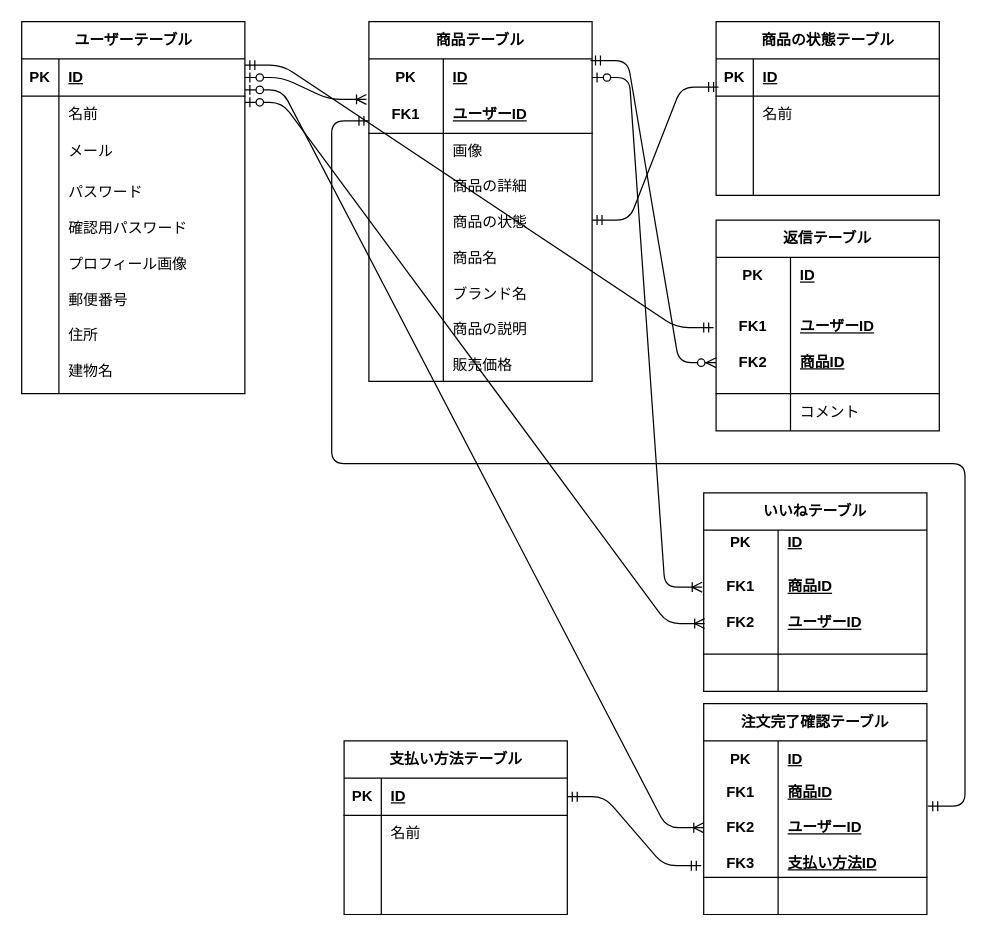
Before: er-diagram.drawio in casanova1502/beginner-simulation-case, a draw.io diagram. Source tidied: cells renumbered, new cells numbered last; positions are measured from the earlier drawing's top-left corner, leaving out a move shared by most shapes. Both pictures are drawn from the tidied source at 124%, with x=0, y=0 at pixel (-177, 21).
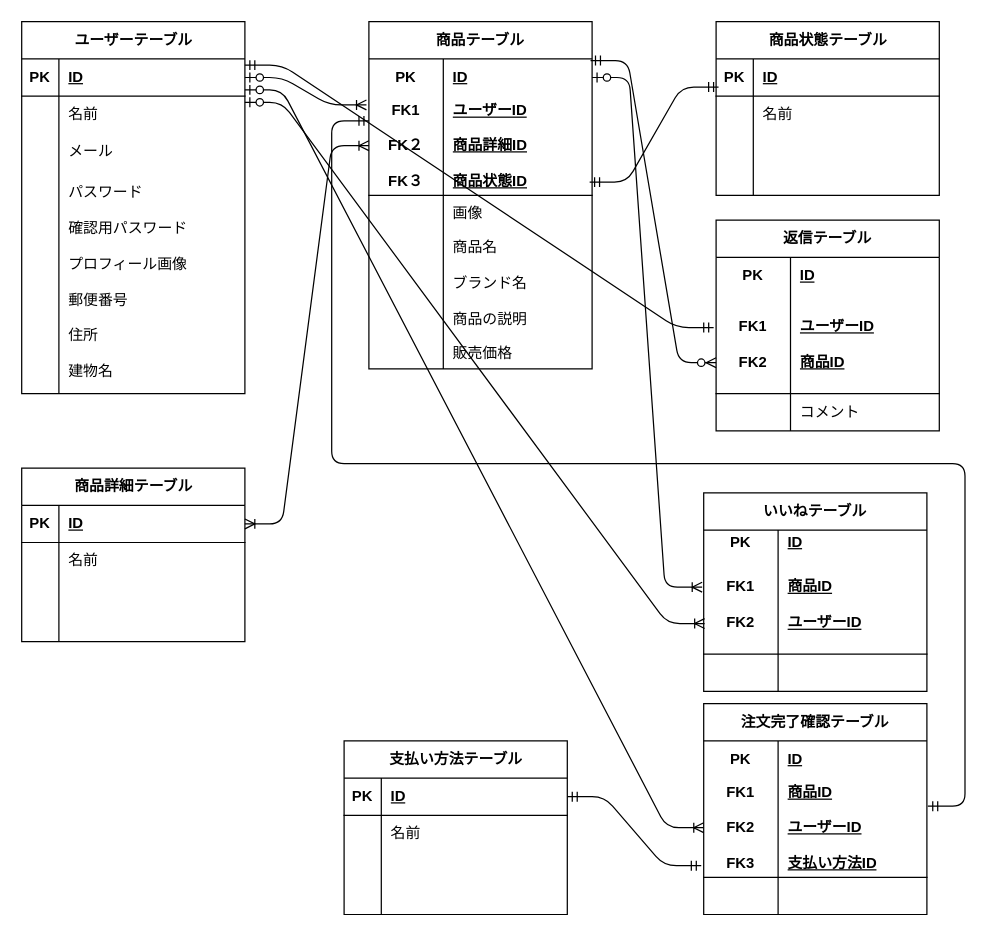
Above is the later version.

Unchanged cells that the change refers to:
```xml
<mxCell id="39" style="shape=tableRow;horizontal=0;startSize=0;swimlaneHead=0;swimlaneBody=0;fillColor=none;points=[[0,0.5],[1,0.5]];portConstraint=eastwest;top=0;left=0;right=0;bottom=1;" parent="38" vertex="1">
  <mxGeometry y="30" width="180" height="30" as="geometry" />
</mxCell>
```

What changed in the source:
```diff
@@
     <mxCell id="15" value="商品テーブル" style="shape=table;startSize=30;childLayout=tableLayout;rowLines=0;fontStyle=1;align=center;html=1;whiteSpace=wrap;" parent="1" vertex="1">
-      <mxGeometry x="440" width="180" height="290" as="geometry" />
+      <mxGeometry x="440" width="180" height="280" as="geometry" />
     </mxCell>
@@
     <mxCell id="19" style="shape=tableRow;horizontal=0;startSize=0;swimlaneHead=0;swimlaneBody=0;fillColor=none;points=[[0,0.5],[1,0.5]];portConstraint=eastwest;top=0;left=0;right=0;bottom=1;html=1;" parent="15" vertex="1">
-      <mxGeometry y="60" width="180" height="30" as="geometry" />
+      <mxGeometry y="60" width="180" height="80" as="geometry" />
     </mxCell>
-    <mxCell id="20" value="FK1" style="shape=partialRectangle;fillColor=none;top=0;left=0;bottom=0;right=0;fontStyle=1;overflow=hidden;html=1;whiteSpace=wrap;" parent="19" vertex="1">
-      <mxGeometry width="60" height="30" as="geometry" />
+    <mxCell id="20" value="FK1&lt;div&gt;&lt;br&gt;&lt;/div&gt;&lt;div&gt;FK２&lt;/div&gt;&lt;div&gt;&lt;br&gt;&lt;/div&gt;&lt;div&gt;FK３&lt;/div&gt;" style="shape=partialRectangle;fillColor=none;top=0;left=0;bottom=0;right=0;fontStyle=1;overflow=hidden;html=1;whiteSpace=wrap;" parent="19" vertex="1">
+      <mxGeometry width="60" height="80" as="geometry" />
     </mxCell>
-    <mxCell id="21" value="ユーザーID" style="shape=partialRectangle;fillColor=none;top=0;left=0;bottom=0;right=0;align=left;spacingLeft=6;fontStyle=5;overflow=hidden;html=1;whiteSpace=wrap;" parent="19" vertex="1">
-      <mxGeometry x="60" width="120" height="30" as="geometry" />
+    <mxCell id="21" value="ユーザーID&lt;div&gt;&lt;br&gt;&lt;/div&gt;&lt;div&gt;商品詳細ID&lt;/div&gt;&lt;div&gt;&lt;br&gt;&lt;/div&gt;&lt;div&gt;商品状態ID&lt;/div&gt;" style="shape=partialRectangle;fillColor=none;top=0;left=0;bottom=0;right=0;align=left;spacingLeft=6;fontStyle=5;overflow=hidden;html=1;whiteSpace=wrap;" parent="19" vertex="1">
+      <mxGeometry x="60" width="120" height="80" as="geometry" />
     </mxCell>
     <mxCell id="22" style="shape=tableRow;horizontal=0;startSize=0;swimlaneHead=0;swimlaneBody=0;fillColor=none;top=0;left=0;right=0;bottom=0;html=1;" parent="15" vertex="1">
-      <mxGeometry y="90" width="180" height="30" as="geometry" />
+      <mxGeometry y="140" width="180" height="30" as="geometry" />
     </mxCell>
@@
     <mxCell id="25" style="shape=tableRow;horizontal=0;startSize=0;swimlaneHead=0;swimlaneBody=0;fillColor=none;points=[[0,0.5],[1,0.5]];portConstraint=eastwest;top=0;left=0;right=0;bottom=0;html=1;" parent="15" vertex="1">
-      <mxGeometry y="120" width="180" height="170" as="geometry" />
+      <mxGeometry y="170" width="180" height="110" as="geometry" />
     </mxCell>
     <mxCell id="26" style="shape=partialRectangle;fillColor=none;top=0;left=0;bottom=0;right=0;overflow=hidden;html=1;whiteSpace=wrap;" parent="25" vertex="1">
-      <mxGeometry width="60" height="170" as="geometry" />
+      <mxGeometry width="60" height="110" as="geometry" />
     </mxCell>
-    <mxCell id="27" value="&lt;div&gt;商品の詳細&lt;/div&gt;&lt;div&gt;&lt;br&gt;&lt;/div&gt;&lt;div&gt;商品の状態&lt;/div&gt;&lt;div&gt;&lt;br&gt;&lt;/div&gt;&lt;div&gt;商品名&lt;/div&gt;&lt;div&gt;&lt;br&gt;&lt;/div&gt;&lt;div&gt;ブランド名&lt;/div&gt;&lt;div&gt;&lt;br&gt;&lt;/div&gt;&lt;div&gt;商品の説明&lt;/div&gt;&lt;div&gt;&lt;br&gt;&lt;/div&gt;&lt;div&gt;販売価格&lt;/div&gt;" style="shape=partialRectangle;fillColor=none;top=0;left=0;bottom=0;right=0;align=left;spacingLeft=6;overflow=hidden;html=1;whiteSpace=wrap;" parent="25" vertex="1">
-      <mxGeometry x="60" width="120" height="170" as="geometry" />
+    <mxCell id="27" value="&lt;div&gt;&lt;span style=&quot;background-color: transparent;&quot;&gt;商品名&lt;/span&gt;&lt;/div&gt;&lt;div&gt;&lt;br&gt;&lt;/div&gt;&lt;div&gt;ブランド名&lt;/div&gt;&lt;div&gt;&lt;br&gt;&lt;/div&gt;&lt;div&gt;商品の説明&lt;/div&gt;&lt;div&gt;&lt;br&gt;&lt;/div&gt;&lt;div&gt;販売価格&lt;/div&gt;" style="shape=partialRectangle;fillColor=none;top=0;left=0;bottom=0;right=0;align=left;spacingLeft=6;overflow=hidden;html=1;whiteSpace=wrap;" parent="25" vertex="1">
+      <mxGeometry x="60" width="120" height="110" as="geometry" />
     </mxCell>
@@
-    <mxCell id="38" value="商品の状態テーブル" style="shape=table;startSize=30;childLayout=tableLayout;rowLines=0;fontStyle=1;align=center;html=1;" parent="1" vertex="1">
+    <mxCell id="38" value="商品状態テーブル" style="shape=table;startSize=30;childLayout=tableLayout;rowLines=0;fontStyle=1;align=center;html=1;" parent="1" vertex="1">
       <mxGeometry x="720" width="180" height="140" as="geometry" />
     </mxCell>
@@
-    <mxCell id="64" style="edgeStyle=entityRelationEdgeStyle;fontSize=12;html=1;endArrow=ERmandOne;startArrow=ERmandOne;exitX=1;exitY=0.235;exitDx=0;exitDy=0;exitPerimeter=0;entryX=0.011;entryY=0.756;entryDx=0;entryDy=0;entryPerimeter=0;" parent="1" edge="1" source="25" target="39">
+    <mxCell id="64" style="edgeStyle=entityRelationEdgeStyle;fontSize=12;html=1;endArrow=ERmandOne;startArrow=ERmandOne;exitX=0.989;exitY=0.867;exitDx=0;exitDy=0;exitPerimeter=0;entryX=0.011;entryY=0.756;entryDx=0;entryDy=0;entryPerimeter=0;" parent="1" edge="1" source="19" target="39">
       <mxGeometry relative="1" as="geometry" />
     </mxCell>
@@
+    <mxCell id="93" value="商品詳細テーブル" style="shape=table;startSize=30;childLayout=tableLayout;rowLines=0;fontStyle=1;align=center;html=1;" parent="1" vertex="1">
+      <mxGeometry x="160" y="360" width="180" height="140" as="geometry" />
+    </mxCell>
+    <mxCell id="94" style="shape=tableRow;horizontal=0;startSize=0;swimlaneHead=0;swimlaneBody=0;fillColor=none;points=[[0,0.5],[1,0.5]];portConstraint=eastwest;top=0;left=0;right=0;bottom=1;" parent="93" vertex="1">
+      <mxGeometry y="30" width="180" height="30" as="geometry" />
+    </mxCell>
+    <mxCell id="95" value="PK" style="shape=partialRectangle;fillColor=none;top=0;left=0;bottom=0;right=0;fontStyle=1;overflow=hidden;whiteSpace=wrap;html=1;" parent="94" vertex="1">
+      <mxGeometry width="30" height="30" as="geometry" />
+    </mxCell>
+    <mxCell id="96" value="ID" style="shape=partialRectangle;fillColor=none;top=0;left=0;bottom=0;right=0;align=left;spacingLeft=6;fontStyle=5;overflow=hidden;whiteSpace=wrap;html=1;" parent="94" vertex="1">
+      <mxGeometry x="30" width="150" height="30" as="geometry" />
+    </mxCell>
+    <mxCell id="97" style="shape=tableRow;horizontal=0;startSize=0;swimlaneHead=0;swimlaneBody=0;fillColor=none;top=0;left=0;right=0;bottom=0;" parent="93" vertex="1">
+      <mxGeometry y="60" width="180" height="30" as="geometry" />
+    </mxCell>
+    <mxCell id="98" style="shape=partialRectangle;fillColor=none;top=0;left=0;bottom=0;right=0;overflow=hidden;whiteSpace=wrap;html=1;" parent="97" vertex="1">
+      <mxGeometry width="30" height="30" as="geometry" />
+    </mxCell>
+    <mxCell id="99" value="名前" style="shape=partialRectangle;fillColor=none;top=0;left=0;bottom=0;right=0;align=left;spacingLeft=6;overflow=hidden;whiteSpace=wrap;html=1;" parent="97" vertex="1">
+      <mxGeometry x="30" width="150" height="30" as="geometry" />
+    </mxCell>
+    <mxCell id="100" style="shape=tableRow;horizontal=0;startSize=0;swimlaneHead=0;swimlaneBody=0;fillColor=none;top=0;left=0;right=0;bottom=0;" parent="93" vertex="1">
+      <mxGeometry y="90" width="180" height="30" as="geometry" />
+    </mxCell>
+    <mxCell id="101" style="shape=partialRectangle;fillColor=none;top=0;left=0;bottom=0;right=0;overflow=hidden;whiteSpace=wrap;html=1;" parent="100" vertex="1">
+      <mxGeometry width="30" height="30" as="geometry" />
+    </mxCell>
+    <mxCell id="102" style="shape=partialRectangle;fillColor=none;top=0;left=0;bottom=0;right=0;align=left;spacingLeft=6;overflow=hidden;whiteSpace=wrap;html=1;" parent="100" vertex="1">
+      <mxGeometry x="30" width="150" height="30" as="geometry" />
+    </mxCell>
+    <mxCell id="103" style="shape=tableRow;horizontal=0;startSize=0;swimlaneHead=0;swimlaneBody=0;fillColor=none;top=0;left=0;right=0;bottom=0;" parent="93" vertex="1">
+      <mxGeometry y="120" width="180" height="20" as="geometry" />
+    </mxCell>
+    <mxCell id="104" style="shape=partialRectangle;fillColor=none;top=0;left=0;bottom=0;right=0;overflow=hidden;whiteSpace=wrap;html=1;" parent="103" vertex="1">
+      <mxGeometry width="30" height="20" as="geometry" />
+    </mxCell>
+    <mxCell id="105" style="shape=partialRectangle;fillColor=none;top=0;left=0;bottom=0;right=0;align=left;spacingLeft=6;overflow=hidden;whiteSpace=wrap;html=1;" parent="103" vertex="1">
+      <mxGeometry x="30" width="150" height="20" as="geometry" />
+    </mxCell>
+    <mxCell id="106" style="edgeStyle=entityRelationEdgeStyle;fontSize=12;html=1;endArrow=ERoneToMany;startArrow=ERoneToMany;exitX=1;exitY=0.5;exitDx=0;exitDy=0;entryX=0;entryY=0.5;entryDx=0;entryDy=0;" parent="1" edge="1" source="94" target="19">
+      <mxGeometry relative="1" as="geometry">
+        <Array as="points">
+          <mxPoint x="400" y="340" />
+        </Array>
+      </mxGeometry>
+    </mxCell>
```
